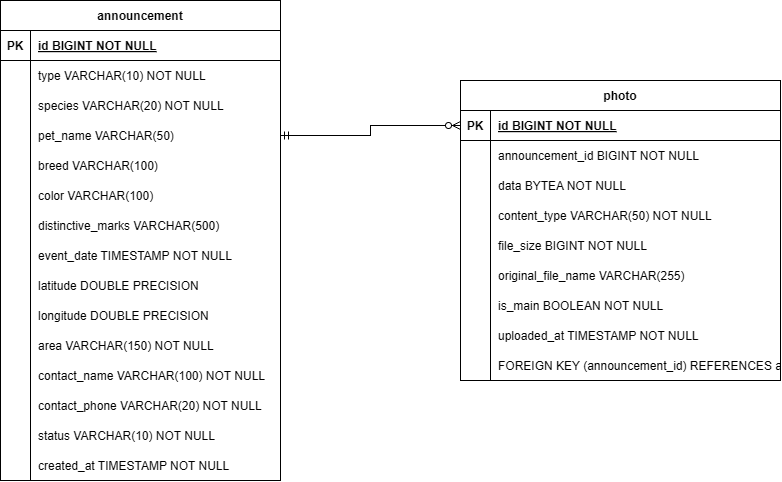
NineLives-exe-UBB/safepaws keeps this draw.io diagram as docs/db_stuff/SafePaws.drawio.png. Above is the earlier version. Source tidied: cells renumbered, new cells last; positions are measured from the earlier drawing's top-left corner, leaving out a move shared by most shapes. Its diagram source:
```xml
<mxGraphModel>
  <root>
    <mxCell id="0" />
    <mxCell id="1" parent="0" />
    <mxCell id="2" value="announcement" style="shape=table;startSize=30;rowLines=0;fontStyle=1;align=center;" parent="1" vertex="1">
      <mxGeometry width="280" height="480" as="geometry" />
    </mxCell>
    <mxCell id="3" style="shape=tableRow;horizontal=0;startSize=0;swimlaneHead=0;swimlaneBody=0;fillColor=none;points=[[0,0.5],[1,0.5]];portConstraint=eastwest;strokeColor=inherit;top=0;left=0;right=0;bottom=1;" parent="2" vertex="1">
      <mxGeometry y="30" width="280" height="30" as="geometry" />
    </mxCell>
    <mxCell id="4" value="PK" style="shape=partialRectangle;overflow=hidden;fillColor=none;strokeColor=inherit;top=0;left=0;bottom=0;right=0;fontStyle=1;" parent="3" vertex="1">
      <mxGeometry width="30" height="30" as="geometry" />
    </mxCell>
    <mxCell id="5" value="id BIGINT NOT NULL" style="shape=partialRectangle;overflow=hidden;fillColor=none;align=left;strokeColor=inherit;top=0;left=0;bottom=0;right=0;spacingLeft=6;fontStyle=5;" parent="3" vertex="1">
      <mxGeometry x="30" width="250" height="30" as="geometry" />
    </mxCell>
    <mxCell id="6" style="shape=tableRow;horizontal=0;startSize=0;swimlaneHead=0;swimlaneBody=0;fillColor=none;strokeColor=inherit;top=0;left=0;right=0;bottom=0;" parent="2" vertex="1">
      <mxGeometry y="60" width="280" height="30" as="geometry" />
    </mxCell>
    <mxCell id="7" style="shape=partialRectangle;overflow=hidden;fillColor=none;strokeColor=inherit;top=0;left=0;bottom=0;right=0;" parent="6" vertex="1">
      <mxGeometry width="30" height="30" as="geometry" />
    </mxCell>
    <mxCell id="8" value="type VARCHAR(10) NOT NULL" style="shape=partialRectangle;overflow=hidden;fillColor=none;align=left;strokeColor=inherit;top=0;left=0;bottom=0;right=0;spacingLeft=6;" parent="6" vertex="1">
      <mxGeometry x="30" width="250" height="30" as="geometry" />
    </mxCell>
    <mxCell id="9" style="shape=tableRow;horizontal=0;startSize=0;swimlaneHead=0;swimlaneBody=0;fillColor=none;strokeColor=inherit;top=0;left=0;right=0;bottom=0;" parent="2" vertex="1">
      <mxGeometry y="90" width="280" height="30" as="geometry" />
    </mxCell>
    <mxCell id="10" style="shape=partialRectangle;overflow=hidden;fillColor=none;strokeColor=inherit;top=0;left=0;bottom=0;right=0;" parent="9" vertex="1">
      <mxGeometry width="30" height="30" as="geometry" />
    </mxCell>
    <mxCell id="11" value="species VARCHAR(20) NOT NULL" style="shape=partialRectangle;overflow=hidden;fillColor=none;align=left;strokeColor=inherit;top=0;left=0;bottom=0;right=0;spacingLeft=6;" parent="9" vertex="1">
      <mxGeometry x="30" width="250" height="30" as="geometry" />
    </mxCell>
    <mxCell id="12" style="shape=tableRow;horizontal=0;startSize=0;swimlaneHead=0;swimlaneBody=0;fillColor=none;points=[[0,0.5],[1,0.5]];portConstraint=eastwest;strokeColor=inherit;top=0;left=0;right=0;bottom=0;" parent="2" vertex="1">
      <mxGeometry y="120" width="280" height="30" as="geometry" />
    </mxCell>
    <mxCell id="13" style="shape=partialRectangle;overflow=hidden;fillColor=none;strokeColor=inherit;top=0;left=0;bottom=0;right=0;" parent="12" vertex="1">
      <mxGeometry width="30" height="30" as="geometry" />
    </mxCell>
    <mxCell id="14" value="pet_name VARCHAR(50)" style="shape=partialRectangle;overflow=hidden;fillColor=none;align=left;strokeColor=inherit;top=0;left=0;bottom=0;right=0;spacingLeft=6;" parent="12" vertex="1">
      <mxGeometry x="30" width="250" height="30" as="geometry" />
    </mxCell>
    <mxCell id="15" style="shape=tableRow;horizontal=0;startSize=0;swimlaneHead=0;swimlaneBody=0;fillColor=none;strokeColor=inherit;top=0;left=0;right=0;bottom=0;" parent="2" vertex="1">
      <mxGeometry y="150" width="280" height="30" as="geometry" />
    </mxCell>
    <mxCell id="16" style="shape=partialRectangle;overflow=hidden;fillColor=none;strokeColor=inherit;top=0;left=0;bottom=0;right=0;" parent="15" vertex="1">
      <mxGeometry width="30" height="30" as="geometry" />
    </mxCell>
    <mxCell id="17" value="breed VARCHAR(100)" style="shape=partialRectangle;overflow=hidden;fillColor=none;align=left;strokeColor=inherit;top=0;left=0;bottom=0;right=0;spacingLeft=6;" parent="15" vertex="1">
      <mxGeometry x="30" width="250" height="30" as="geometry" />
    </mxCell>
    <mxCell id="18" style="shape=tableRow;horizontal=0;startSize=0;swimlaneHead=0;swimlaneBody=0;fillColor=none;strokeColor=inherit;top=0;left=0;right=0;bottom=0;" parent="2" vertex="1">
      <mxGeometry y="180" width="280" height="30" as="geometry" />
    </mxCell>
    <mxCell id="19" style="shape=partialRectangle;overflow=hidden;fillColor=none;strokeColor=inherit;top=0;left=0;bottom=0;right=0;" parent="18" vertex="1">
      <mxGeometry width="30" height="30" as="geometry" />
    </mxCell>
    <mxCell id="20" value="color VARCHAR(100)" style="shape=partialRectangle;overflow=hidden;fillColor=none;align=left;strokeColor=inherit;top=0;left=0;bottom=0;right=0;spacingLeft=6;" parent="18" vertex="1">
      <mxGeometry x="30" width="250" height="30" as="geometry" />
    </mxCell>
    <mxCell id="21" style="shape=tableRow;horizontal=0;startSize=0;swimlaneHead=0;swimlaneBody=0;fillColor=none;strokeColor=inherit;top=0;left=0;right=0;bottom=0;" parent="2" vertex="1">
      <mxGeometry y="210" width="280" height="30" as="geometry" />
    </mxCell>
    <mxCell id="22" style="shape=partialRectangle;overflow=hidden;fillColor=none;strokeColor=inherit;top=0;left=0;bottom=0;right=0;" parent="21" vertex="1">
      <mxGeometry width="30" height="30" as="geometry" />
    </mxCell>
    <mxCell id="23" value="distinctive_marks VARCHAR(500)" style="shape=partialRectangle;overflow=hidden;fillColor=none;align=left;strokeColor=inherit;top=0;left=0;bottom=0;right=0;spacingLeft=6;" parent="21" vertex="1">
      <mxGeometry x="30" width="250" height="30" as="geometry" />
    </mxCell>
    <mxCell id="24" style="shape=tableRow;horizontal=0;startSize=0;swimlaneHead=0;swimlaneBody=0;fillColor=none;strokeColor=inherit;top=0;left=0;right=0;bottom=0;" parent="2" vertex="1">
      <mxGeometry y="240" width="280" height="30" as="geometry" />
    </mxCell>
    <mxCell id="25" style="shape=partialRectangle;overflow=hidden;fillColor=none;strokeColor=inherit;top=0;left=0;bottom=0;right=0;" parent="24" vertex="1">
      <mxGeometry width="30" height="30" as="geometry" />
    </mxCell>
    <mxCell id="26" value="event_date TIMESTAMP NOT NULL" style="shape=partialRectangle;overflow=hidden;fillColor=none;align=left;strokeColor=inherit;top=0;left=0;bottom=0;right=0;spacingLeft=6;" parent="24" vertex="1">
      <mxGeometry x="30" width="250" height="30" as="geometry" />
    </mxCell>
    <mxCell id="27" style="shape=tableRow;horizontal=0;startSize=0;swimlaneHead=0;swimlaneBody=0;fillColor=none;strokeColor=inherit;top=0;left=0;right=0;bottom=0;" parent="2" vertex="1">
      <mxGeometry y="270" width="280" height="30" as="geometry" />
    </mxCell>
    <mxCell id="28" style="shape=partialRectangle;overflow=hidden;fillColor=none;strokeColor=inherit;top=0;left=0;bottom=0;right=0;" parent="27" vertex="1">
      <mxGeometry width="30" height="30" as="geometry" />
    </mxCell>
    <mxCell id="29" value="latitude DOUBLE PRECISION" style="shape=partialRectangle;overflow=hidden;fillColor=none;align=left;strokeColor=inherit;top=0;left=0;bottom=0;right=0;spacingLeft=6;" parent="27" vertex="1">
      <mxGeometry x="30" width="250" height="30" as="geometry" />
    </mxCell>
    <mxCell id="30" style="shape=tableRow;horizontal=0;startSize=0;swimlaneHead=0;swimlaneBody=0;fillColor=none;strokeColor=inherit;top=0;left=0;right=0;bottom=0;" parent="2" vertex="1">
      <mxGeometry y="300" width="280" height="30" as="geometry" />
    </mxCell>
    <mxCell id="31" style="shape=partialRectangle;overflow=hidden;fillColor=none;strokeColor=inherit;top=0;left=0;bottom=0;right=0;" parent="30" vertex="1">
      <mxGeometry width="30" height="30" as="geometry" />
    </mxCell>
    <mxCell id="32" value="longitude DOUBLE PRECISION" style="shape=partialRectangle;overflow=hidden;fillColor=none;align=left;strokeColor=inherit;top=0;left=0;bottom=0;right=0;spacingLeft=6;" parent="30" vertex="1">
      <mxGeometry x="30" width="250" height="30" as="geometry" />
    </mxCell>
    <mxCell id="33" style="shape=tableRow;horizontal=0;startSize=0;swimlaneHead=0;swimlaneBody=0;fillColor=none;strokeColor=inherit;top=0;left=0;right=0;bottom=0;" parent="2" vertex="1">
      <mxGeometry y="330" width="280" height="30" as="geometry" />
    </mxCell>
    <mxCell id="34" style="shape=partialRectangle;overflow=hidden;fillColor=none;strokeColor=inherit;top=0;left=0;bottom=0;right=0;" parent="33" vertex="1">
      <mxGeometry width="30" height="30" as="geometry" />
    </mxCell>
    <mxCell id="35" value="area VARCHAR(150) NOT NULL" style="shape=partialRectangle;overflow=hidden;fillColor=none;align=left;strokeColor=inherit;top=0;left=0;bottom=0;right=0;spacingLeft=6;" parent="33" vertex="1">
      <mxGeometry x="30" width="250" height="30" as="geometry" />
    </mxCell>
    <mxCell id="36" style="shape=tableRow;horizontal=0;startSize=0;swimlaneHead=0;swimlaneBody=0;fillColor=none;strokeColor=inherit;top=0;left=0;right=0;bottom=0;" parent="2" vertex="1">
      <mxGeometry y="360" width="280" height="30" as="geometry" />
    </mxCell>
    <mxCell id="37" style="shape=partialRectangle;overflow=hidden;fillColor=none;strokeColor=inherit;top=0;left=0;bottom=0;right=0;" parent="36" vertex="1">
      <mxGeometry width="30" height="30" as="geometry" />
    </mxCell>
    <mxCell id="38" value="contact_name VARCHAR(100) NOT NULL" style="shape=partialRectangle;overflow=hidden;fillColor=none;align=left;strokeColor=inherit;top=0;left=0;bottom=0;right=0;spacingLeft=6;" parent="36" vertex="1">
      <mxGeometry x="30" width="250" height="30" as="geometry" />
    </mxCell>
    <mxCell id="39" style="shape=tableRow;horizontal=0;startSize=0;swimlaneHead=0;swimlaneBody=0;fillColor=none;strokeColor=inherit;top=0;left=0;right=0;bottom=0;" parent="2" vertex="1">
      <mxGeometry y="390" width="280" height="30" as="geometry" />
    </mxCell>
    <mxCell id="40" style="shape=partialRectangle;overflow=hidden;fillColor=none;strokeColor=inherit;top=0;left=0;bottom=0;right=0;" parent="39" vertex="1">
      <mxGeometry width="30" height="30" as="geometry" />
    </mxCell>
    <mxCell id="41" value="contact_phone VARCHAR(20) NOT NULL" style="shape=partialRectangle;overflow=hidden;fillColor=none;align=left;strokeColor=inherit;top=0;left=0;bottom=0;right=0;spacingLeft=6;" parent="39" vertex="1">
      <mxGeometry x="30" width="250" height="30" as="geometry" />
    </mxCell>
    <mxCell id="42" style="shape=tableRow;horizontal=0;startSize=0;swimlaneHead=0;swimlaneBody=0;fillColor=none;strokeColor=inherit;top=0;left=0;right=0;bottom=0;" parent="2" vertex="1">
      <mxGeometry y="420" width="280" height="30" as="geometry" />
    </mxCell>
    <mxCell id="43" style="shape=partialRectangle;overflow=hidden;fillColor=none;strokeColor=inherit;top=0;left=0;bottom=0;right=0;" parent="42" vertex="1">
      <mxGeometry width="30" height="30" as="geometry" />
    </mxCell>
    <mxCell id="44" value="status VARCHAR(10) NOT NULL" style="shape=partialRectangle;overflow=hidden;fillColor=none;align=left;strokeColor=inherit;top=0;left=0;bottom=0;right=0;spacingLeft=6;" parent="42" vertex="1">
      <mxGeometry x="30" width="250" height="30" as="geometry" />
    </mxCell>
    <mxCell id="45" style="shape=tableRow;horizontal=0;startSize=0;swimlaneHead=0;swimlaneBody=0;fillColor=none;strokeColor=inherit;top=0;left=0;right=0;bottom=0;" parent="2" vertex="1">
      <mxGeometry y="450" width="280" height="30" as="geometry" />
    </mxCell>
    <mxCell id="46" style="shape=partialRectangle;overflow=hidden;fillColor=none;strokeColor=inherit;top=0;left=0;bottom=0;right=0;" parent="45" vertex="1">
      <mxGeometry width="30" height="30" as="geometry" />
    </mxCell>
    <mxCell id="47" value="created_at TIMESTAMP NOT NULL" style="shape=partialRectangle;overflow=hidden;fillColor=none;align=left;strokeColor=inherit;top=0;left=0;bottom=0;right=0;spacingLeft=6;" parent="45" vertex="1">
      <mxGeometry x="30" width="250" height="30" as="geometry" />
    </mxCell>
    <mxCell id="48" value="photo" style="shape=table;startSize=30;rowLines=0;fontStyle=1;align=center;" parent="1" vertex="1">
      <mxGeometry x="460" y="80" width="320" height="300" as="geometry" />
    </mxCell>
    <mxCell id="49" style="shape=tableRow;horizontal=0;startSize=0;swimlaneHead=0;swimlaneBody=0;fillColor=none;points=[[0,0.5],[1,0.5]];portConstraint=eastwest;strokeColor=inherit;top=0;left=0;right=0;bottom=1;" parent="48" vertex="1">
      <mxGeometry y="30" width="320" height="30" as="geometry" />
    </mxCell>
    <mxCell id="50" value="PK" style="shape=partialRectangle;overflow=hidden;fillColor=none;strokeColor=inherit;top=0;left=0;bottom=0;right=0;fontStyle=1;" parent="49" vertex="1">
      <mxGeometry width="30" height="30" as="geometry" />
    </mxCell>
    <mxCell id="51" value="id BIGINT NOT NULL" style="shape=partialRectangle;overflow=hidden;fillColor=none;align=left;strokeColor=inherit;top=0;left=0;bottom=0;right=0;spacingLeft=6;fontStyle=5;" parent="49" vertex="1">
      <mxGeometry x="30" width="290" height="30" as="geometry" />
    </mxCell>
    <mxCell id="52" style="shape=tableRow;horizontal=0;startSize=0;swimlaneHead=0;swimlaneBody=0;fillColor=none;points=[[0,0.5],[1,0.5]];portConstraint=eastwest;strokeColor=inherit;top=0;left=0;right=0;bottom=0;" parent="48" vertex="1">
      <mxGeometry y="60" width="320" height="30" as="geometry" />
    </mxCell>
    <mxCell id="53" style="shape=partialRectangle;overflow=hidden;fillColor=none;strokeColor=inherit;top=0;left=0;bottom=0;right=0;" parent="52" vertex="1">
      <mxGeometry width="30" height="30" as="geometry" />
    </mxCell>
    <mxCell id="54" value="announcement_id BIGINT NOT NULL" style="shape=partialRectangle;overflow=hidden;fillColor=none;align=left;strokeColor=inherit;top=0;left=0;bottom=0;right=0;spacingLeft=6;" parent="52" vertex="1">
      <mxGeometry x="30" width="290" height="30" as="geometry" />
    </mxCell>
    <mxCell id="55" style="shape=tableRow;horizontal=0;startSize=0;swimlaneHead=0;swimlaneBody=0;fillColor=none;strokeColor=inherit;top=0;left=0;right=0;bottom=0;" parent="48" vertex="1">
      <mxGeometry y="90" width="320" height="30" as="geometry" />
    </mxCell>
    <mxCell id="56" style="shape=partialRectangle;overflow=hidden;fillColor=none;strokeColor=inherit;top=0;left=0;bottom=0;right=0;" parent="55" vertex="1">
      <mxGeometry width="30" height="30" as="geometry" />
    </mxCell>
    <mxCell id="57" value="data BYTEA NOT NULL" style="shape=partialRectangle;overflow=hidden;fillColor=none;align=left;strokeColor=inherit;top=0;left=0;bottom=0;right=0;spacingLeft=6;" parent="55" vertex="1">
      <mxGeometry x="30" width="290" height="30" as="geometry" />
    </mxCell>
    <mxCell id="58" style="shape=tableRow;horizontal=0;startSize=0;swimlaneHead=0;swimlaneBody=0;fillColor=none;strokeColor=inherit;top=0;left=0;right=0;bottom=0;" parent="48" vertex="1">
      <mxGeometry y="120" width="320" height="30" as="geometry" />
    </mxCell>
    <mxCell id="59" style="shape=partialRectangle;overflow=hidden;fillColor=none;strokeColor=inherit;top=0;left=0;bottom=0;right=0;" parent="58" vertex="1">
      <mxGeometry width="30" height="30" as="geometry" />
    </mxCell>
    <mxCell id="60" value="content_type VARCHAR(50) NOT NULL" style="shape=partialRectangle;overflow=hidden;fillColor=none;align=left;strokeColor=inherit;top=0;left=0;bottom=0;right=0;spacingLeft=6;" parent="58" vertex="1">
      <mxGeometry x="30" width="290" height="30" as="geometry" />
    </mxCell>
    <mxCell id="61" style="shape=tableRow;horizontal=0;startSize=0;swimlaneHead=0;swimlaneBody=0;fillColor=none;strokeColor=inherit;top=0;left=0;right=0;bottom=0;" parent="48" vertex="1">
      <mxGeometry y="150" width="320" height="30" as="geometry" />
    </mxCell>
    <mxCell id="62" style="shape=partialRectangle;overflow=hidden;fillColor=none;strokeColor=inherit;top=0;left=0;bottom=0;right=0;" parent="61" vertex="1">
      <mxGeometry width="30" height="30" as="geometry" />
    </mxCell>
    <mxCell id="63" value="file_size BIGINT NOT NULL" style="shape=partialRectangle;overflow=hidden;fillColor=none;align=left;strokeColor=inherit;top=0;left=0;bottom=0;right=0;spacingLeft=6;" parent="61" vertex="1">
      <mxGeometry x="30" width="290" height="30" as="geometry" />
    </mxCell>
    <mxCell id="64" style="shape=tableRow;horizontal=0;startSize=0;swimlaneHead=0;swimlaneBody=0;fillColor=none;strokeColor=inherit;top=0;left=0;right=0;bottom=0;" parent="48" vertex="1">
      <mxGeometry y="180" width="320" height="30" as="geometry" />
    </mxCell>
    <mxCell id="65" style="shape=partialRectangle;overflow=hidden;fillColor=none;strokeColor=inherit;top=0;left=0;bottom=0;right=0;" parent="64" vertex="1">
      <mxGeometry width="30" height="30" as="geometry" />
    </mxCell>
    <mxCell id="66" value="original_file_name VARCHAR(255)" style="shape=partialRectangle;overflow=hidden;fillColor=none;align=left;strokeColor=inherit;top=0;left=0;bottom=0;right=0;spacingLeft=6;" parent="64" vertex="1">
      <mxGeometry x="30" width="290" height="30" as="geometry" />
    </mxCell>
    <mxCell id="67" style="shape=tableRow;horizontal=0;startSize=0;swimlaneHead=0;swimlaneBody=0;fillColor=none;strokeColor=inherit;top=0;left=0;right=0;bottom=0;" parent="48" vertex="1">
      <mxGeometry y="210" width="320" height="30" as="geometry" />
    </mxCell>
    <mxCell id="68" style="shape=partialRectangle;overflow=hidden;fillColor=none;strokeColor=inherit;top=0;left=0;bottom=0;right=0;" parent="67" vertex="1">
      <mxGeometry width="30" height="30" as="geometry" />
    </mxCell>
    <mxCell id="69" value="is_main BOOLEAN NOT NULL" style="shape=partialRectangle;overflow=hidden;fillColor=none;align=left;strokeColor=inherit;top=0;left=0;bottom=0;right=0;spacingLeft=6;" parent="67" vertex="1">
      <mxGeometry x="30" width="290" height="30" as="geometry" />
    </mxCell>
    <mxCell id="70" style="shape=tableRow;horizontal=0;startSize=0;swimlaneHead=0;swimlaneBody=0;fillColor=none;strokeColor=inherit;top=0;left=0;right=0;bottom=0;" parent="48" vertex="1">
      <mxGeometry y="240" width="320" height="30" as="geometry" />
    </mxCell>
    <mxCell id="71" style="shape=partialRectangle;overflow=hidden;fillColor=none;strokeColor=inherit;top=0;left=0;bottom=0;right=0;" parent="70" vertex="1">
      <mxGeometry width="30" height="30" as="geometry" />
    </mxCell>
    <mxCell id="72" value="uploaded_at TIMESTAMP NOT NULL" style="shape=partialRectangle;overflow=hidden;fillColor=none;align=left;strokeColor=inherit;top=0;left=0;bottom=0;right=0;spacingLeft=6;" parent="70" vertex="1">
      <mxGeometry x="30" width="290" height="30" as="geometry" />
    </mxCell>
    <mxCell id="73" style="shape=tableRow;horizontal=0;startSize=0;swimlaneHead=0;swimlaneBody=0;fillColor=none;strokeColor=inherit;top=0;left=0;right=0;bottom=0;" parent="48" vertex="1">
      <mxGeometry y="270" width="320" height="30" as="geometry" />
    </mxCell>
    <mxCell id="74" style="shape=partialRectangle;overflow=hidden;fillColor=none;strokeColor=inherit;top=0;left=0;bottom=0;right=0;" parent="73" vertex="1">
      <mxGeometry width="30" height="30" as="geometry" />
    </mxCell>
    <mxCell id="75" value="FOREIGN KEY (announcement_id) REFERENCES announcement(id)" style="shape=partialRectangle;overflow=hidden;fillColor=none;align=left;strokeColor=inherit;top=0;left=0;bottom=0;right=0;spacingLeft=6;" parent="73" vertex="1">
      <mxGeometry x="30" width="290" height="30" as="geometry" />
    </mxCell>
    <mxCell id="76" style="edgeStyle=orthogonalEdgeStyle;rounded=0;jettySize=auto;html=1;entryX=0;entryY=0.5;entryDx=0;entryDy=0;defaultLabelBackgroundColor=page;startArrow=ERmandOne;startFill=0;endArrow=ERzeroToMany;endFill=0;" parent="1" edge="1" source="12" target="49">
      <mxGeometry relative="1" as="geometry" />
    </mxCell>
  </root>
</mxGraphModel>
```
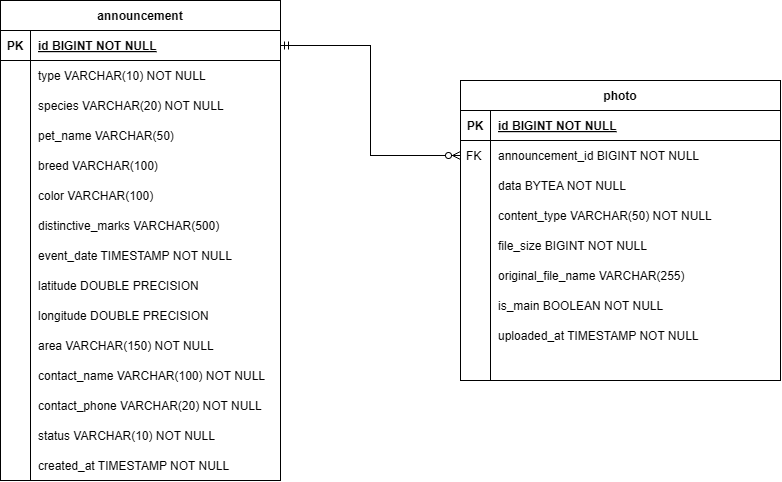
Later version of the same file.

Commit message:
Update SafePaws database diagram

Refreshes the Drawio database diagram and preview image, adds the FK marker for the announcement relationship, and corrects the relationship connector target.

What changed in the source:
```diff
@@ -155,7 +155,7 @@
     <mxCell id="52" style="shape=tableRow;horizontal=0;startSize=0;swimlaneHead=0;swimlaneBody=0;fillColor=none;points=[[0,0.5],[1,0.5]];portConstraint=eastwest;strokeColor=inherit;top=0;left=0;right=0;bottom=0;" parent="48" vertex="1">
       <mxGeometry y="60" width="320" height="30" as="geometry" />
     </mxCell>
-    <mxCell id="53" style="shape=partialRectangle;overflow=hidden;fillColor=none;strokeColor=inherit;top=0;left=0;bottom=0;right=0;" parent="52" vertex="1">
+    <mxCell id="53" value="FK  " style="shape=partialRectangle;overflow=hidden;fillColor=none;strokeColor=inherit;top=0;left=0;bottom=0;right=0;align=right;" parent="52" vertex="1">
       <mxGeometry width="30" height="30" as="geometry" />
     </mxCell>
     <mxCell id="54" value="announcement_id BIGINT NOT NULL" style="shape=partialRectangle;overflow=hidden;fillColor=none;align=left;strokeColor=inherit;top=0;left=0;bottom=0;right=0;spacingLeft=6;" parent="52" vertex="1">
@@ -221,11 +221,11 @@
     <mxCell id="74" style="shape=partialRectangle;overflow=hidden;fillColor=none;strokeColor=inherit;top=0;left=0;bottom=0;right=0;" parent="73" vertex="1">
       <mxGeometry width="30" height="30" as="geometry" />
     </mxCell>
-    <mxCell id="75" value="FOREIGN KEY (announcement_id) REFERENCES announcement(id)" style="shape=partialRectangle;overflow=hidden;fillColor=none;align=left;strokeColor=inherit;top=0;left=0;bottom=0;right=0;spacingLeft=6;" parent="73" vertex="1">
+    <mxCell id="75" style="shape=partialRectangle;overflow=hidden;fillColor=none;align=left;strokeColor=inherit;top=0;left=0;bottom=0;right=0;spacingLeft=6;" parent="73" vertex="1">
       <mxGeometry x="30" width="290" height="30" as="geometry" />
     </mxCell>
-    <mxCell id="76" style="edgeStyle=orthogonalEdgeStyle;rounded=0;jettySize=auto;html=1;entryX=0;entryY=0.5;entryDx=0;entryDy=0;defaultLabelBackgroundColor=page;startArrow=ERmandOne;startFill=0;endArrow=ERzeroToMany;endFill=0;" parent="1" edge="1" source="12" target="49">
-      <mxGeometry relative="1" as="geometry" />
+    <mxCell id="76" style="edgeStyle=orthogonalEdgeStyle;rounded=0;jettySize=auto;html=1;entryX=0;entryY=0.5;entryDx=0;entryDy=0;defaultLabelBackgroundColor=page;startArrow=ERmandOne;startFill=0;endArrow=ERzeroToMany;endFill=0;exitX=1;exitY=0.5;exitDx=0;exitDy=0;" parent="1" edge="1" source="3" target="52">
+      <mxGeometry x="0.31" relative="1" as="geometry" />
     </mxCell>
   </root>
 </mxGraphModel>
```
